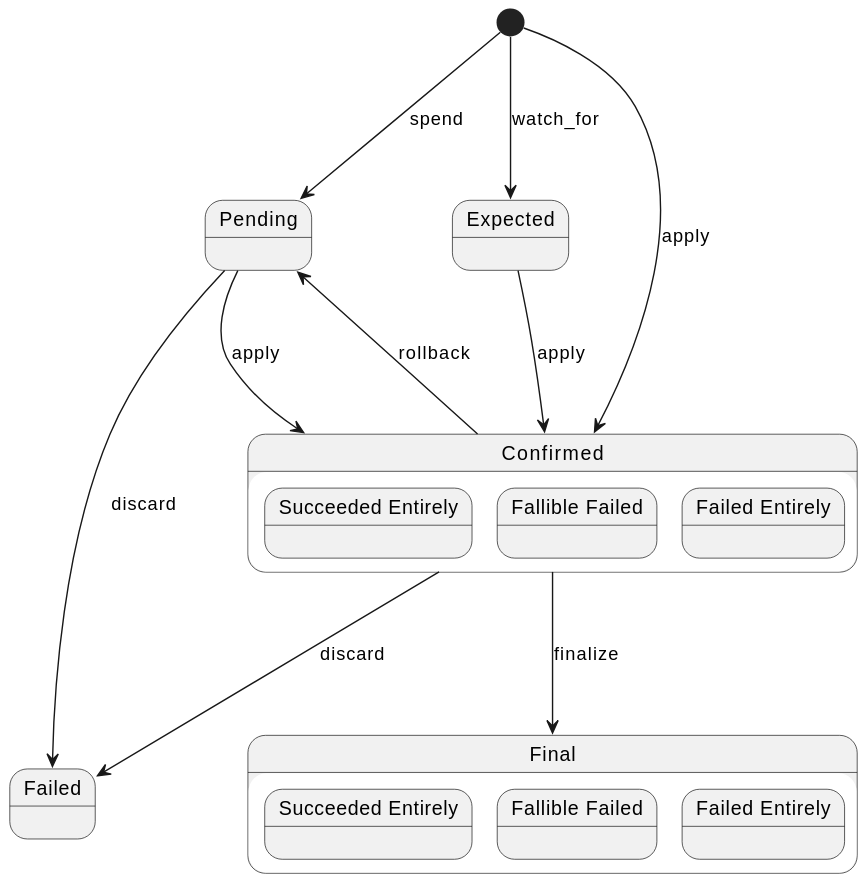
The PlantUML diagram components/WalletEngine/tx-lifecycle.svg in midnightntwrk/midnight-architecture, before a commit. Its diagram source:
```plantuml
@startuml

skinparam nodesep 100
skinparam ranksep 100

state confirmed as "Confirmed" {
  state succeededEntirely as "Succeeded Entirely"
  state failFallible as "Fallible Failed"
  state failEntirely as "Failed Entirely"
}
state pending as "Pending"

state final as "Final" {
  state succeededEntirelyF as "Succeeded Entirely"
  state failFallibleF as "Fallible Failed"
  state failEntirelyF as "Failed Entirely"
}

state failed as "Failed"
state expected as "Expected"

[*] --> pending : spend
[*] --> confirmed : apply
[*] --> expected : watch_for
expected --> confirmed : apply
pending --> confirmed : apply
confirmed --> final : finalize
confirmed --> pending : rollback
pending ---> failed : discard
confirmed --> failed : discard

@enduml
```
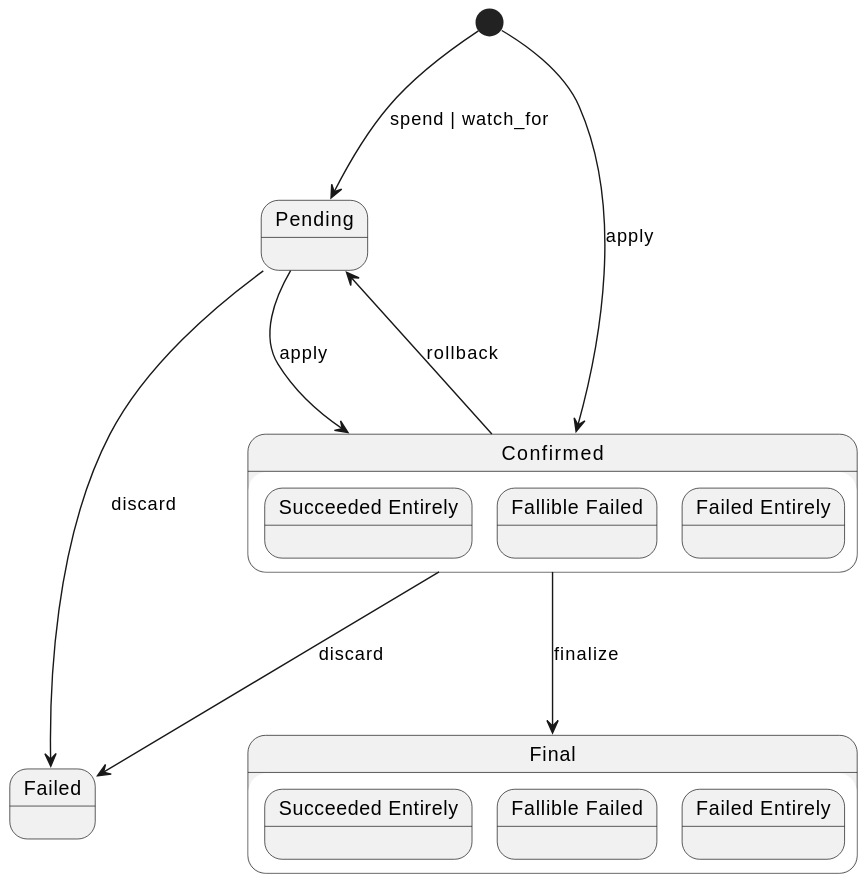
After the commit.

Commit message:
[PM-9203] Remove unnecessary "expected" transaction status

Diff of the diagram source:
```diff
@@ -17,12 +17,9 @@
 }
 
 state failed as "Failed"
-state expected as "Expected"
 
-[*] --> pending : spend
+[*] --> pending : spend | watch_for
 [*] --> confirmed : apply
-[*] --> expected : watch_for
-expected --> confirmed : apply
 pending --> confirmed : apply
 confirmed --> final : finalize
 confirmed --> pending : rollback
```
